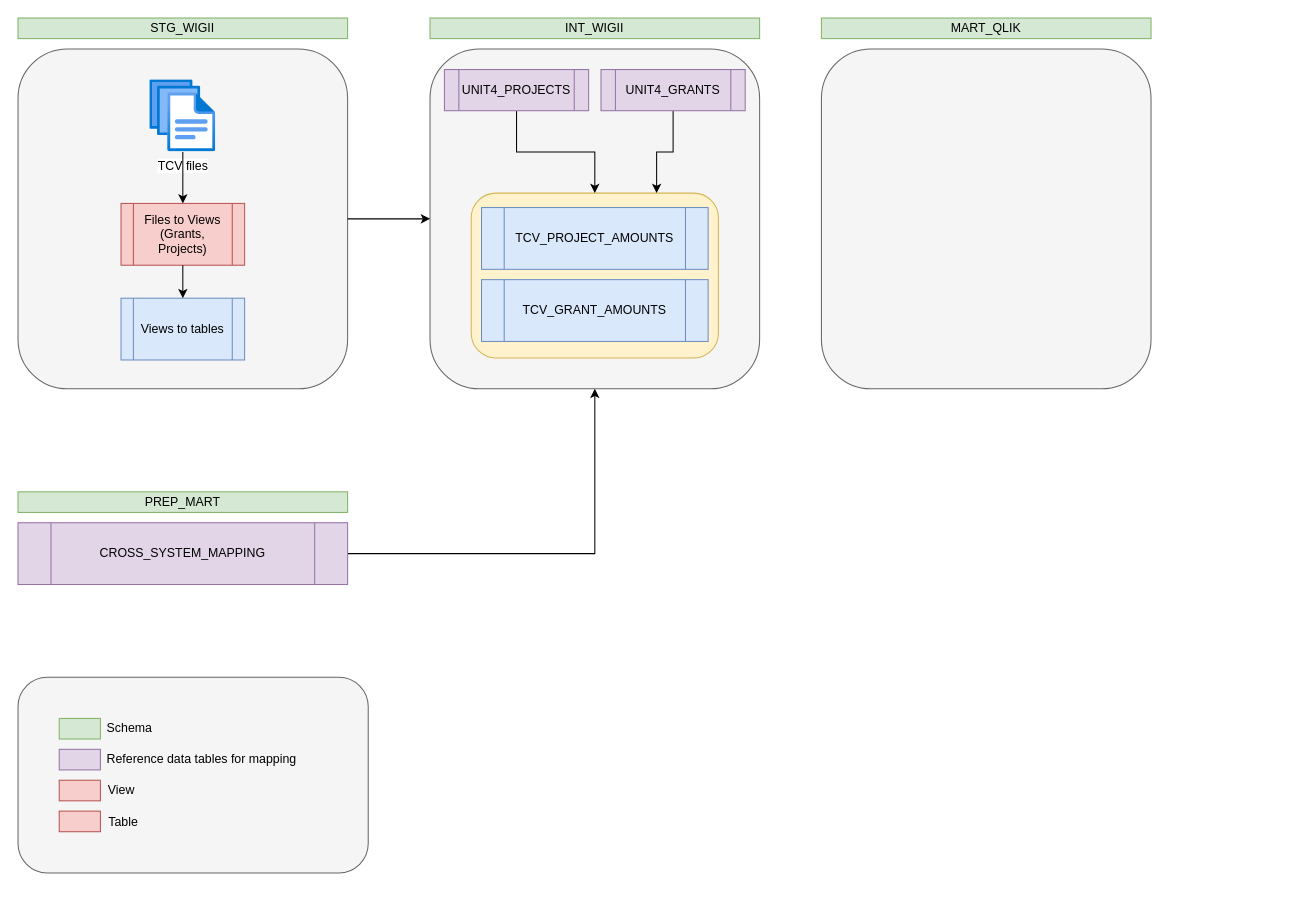
This is Wigii TCVs data flow.drawio from Medair/drawio, a draw.io file, before an edit. Source tidied: cells renumbered, new cells numbered last; positions are measured from the earlier drawing's top-left corner, leaving out a move shared by most shapes. Both pictures are drawn from the tidied source at 103%, with x=0, y=0 at pixel (18, 18).
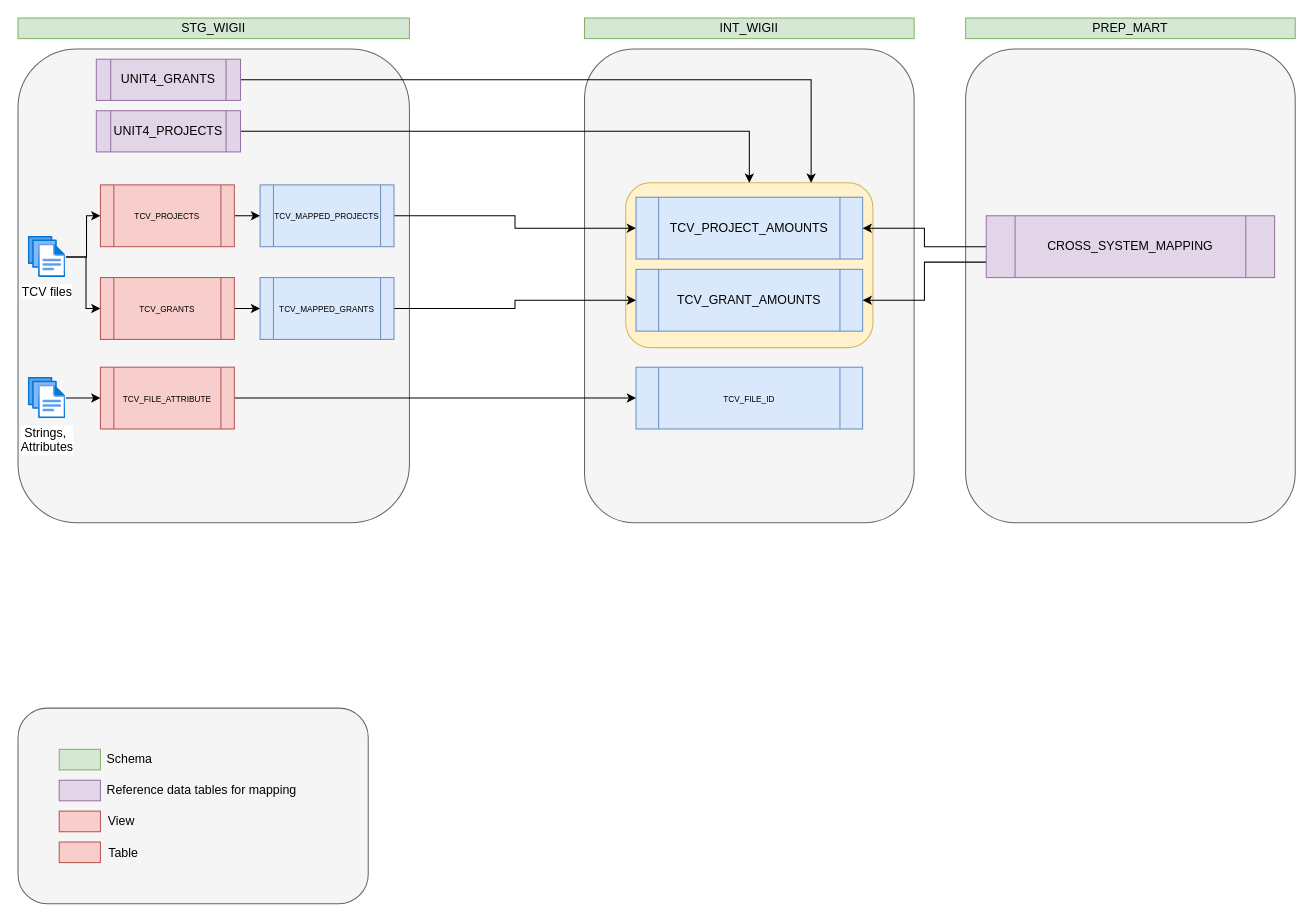
The same diagram, later.

Change to the diagram source:
```diff
@@
+    <mxCell id="35" style="rounded=1;whiteSpace=wrap;html=1;fillColor=#f5f5f5;fontColor=#333333;strokeColor=#666666;fontSize=11;" parent="1" vertex="1">
+      <mxGeometry x="920" y="30" width="320" height="460" as="geometry" />
+    </mxCell>
+    <mxCell id="6" style="rounded=1;whiteSpace=wrap;html=1;fillColor=#f5f5f5;fontColor=#333333;strokeColor=#666666;fontSize=12;" parent="1" vertex="1">
+      <mxGeometry y="30" width="380" height="460" as="geometry" />
+    </mxCell>
     <mxCell id="2" style="rounded=1;whiteSpace=wrap;html=1;fillColor=#f5f5f5;fontColor=#333333;strokeColor=#666666;fontSize=11;" parent="1" vertex="1">
-      <mxGeometry x="400" y="30" width="320" height="330" as="geometry" />
+      <mxGeometry x="550" y="30" width="320" height="460" as="geometry" />
     </mxCell>
     <mxCell id="3" style="rounded=1;whiteSpace=wrap;html=1;fontSize=12;fillColor=#fff2cc;strokeColor=#d6b656;" parent="1" vertex="1">
-      <mxGeometry x="440" y="170" width="240" height="160" as="geometry" />
+      <mxGeometry x="590" y="160" width="240" height="160" as="geometry" />
     </mxCell>
-    <mxCell id="4" style="group;" parent="1" vertex="1">
-      <mxGeometry width="320" height="360" as="geometry" />
-    </mxCell>
-    <mxCell id="5" value="STG_WIGII" style="rounded=0;whiteSpace=wrap;html=1;fillColor=#d5e8d4;strokeColor=#82b366;" parent="4" vertex="1">
-      <mxGeometry width="320" height="20" as="geometry" />
-    </mxCell>
-    <mxCell id="6" style="rounded=1;whiteSpace=wrap;html=1;fillColor=#f5f5f5;fontColor=#333333;strokeColor=#666666;" parent="4" vertex="1">
-      <mxGeometry y="30" width="320" height="330" as="geometry" />
-    </mxCell>
-    <mxCell id="7" style="edgeStyle=orthogonalEdgeStyle;rounded=0;jettySize=auto;html=1;entryX=0;entryY=0.5;entryDx=0;entryDy=0;" parent="1" edge="1" source="6" target="2">
-      <mxGeometry relative="1" as="geometry" />
-    </mxCell>
+    <mxCell id="36" style="edgeStyle=orthogonalEdgeStyle;rounded=0;jettySize=auto;html=1;entryX=0;entryY=0.5;entryDx=0;entryDy=0;" parent="1" edge="1" source="8" target="39">
+      <mxGeometry relative="1" as="geometry" />
+    </mxCell>
+    <mxCell id="10" style="edgeStyle=orthogonalEdgeStyle;rounded=0;jettySize=auto;html=1;entryX=0;entryY=0.5;entryDx=0;entryDy=0;" parent="1" edge="1" source="8" target="9">
+      <mxGeometry relative="1" as="geometry">
+        <Array as="points">
+          <mxPoint x="66" y="232" />
+          <mxPoint x="66" y="282" />
+        </Array>
+      </mxGeometry>
+    </mxCell>
     <mxCell id="8" value="TCV files" style="image;html=1;points=[];align=center;fontSize=12;image=img/lib/azure2/general/Files.svg;" parent="1" vertex="1">
-      <mxGeometry x="128" y="60" width="64" height="70" as="geometry" />
+      <mxGeometry x="10" y="212" width="36.5" height="40" as="geometry" />
     </mxCell>
-    <mxCell id="9" value="Files to Views&lt;br&gt;(Grants, Projects)" style="shape=process;whiteSpace=wrap;html=1;backgroundOutline=1;fillColor=#f8cecc;strokeColor=#b85450;" parent="1" vertex="1">
-      <mxGeometry x="100" y="180" width="120" height="60" as="geometry" />
-    </mxCell>
-    <mxCell id="10" style="edgeStyle=orthogonalEdgeStyle;rounded=0;jettySize=auto;html=1;" parent="1" edge="1" source="8" target="9">
-      <mxGeometry relative="1" as="geometry" />
-    </mxCell>
-    <mxCell id="11" value="Views to tables" style="shape=process;whiteSpace=wrap;html=1;backgroundOutline=1;fillColor=#dae8fc;strokeColor=#6c8ebf;" parent="1" vertex="1">
-      <mxGeometry x="100" y="272" width="120" height="60" as="geometry" />
-    </mxCell>
-    <mxCell id="12" style="edgeStyle=orthogonalEdgeStyle;rounded=0;jettySize=auto;html=1;exitX=0.5;exitY=1;exitDx=0;exitDy=0;entryX=0.5;entryY=0;entryDx=0;entryDy=0;" parent="1" edge="1" source="9" target="11">
-      <mxGeometry relative="1" as="geometry" />
-    </mxCell>
     <mxCell id="13" value="INT_WIGII" style="rounded=0;whiteSpace=wrap;html=1;fillColor=#d5e8d4;strokeColor=#82b366;" parent="1" vertex="1">
-      <mxGeometry x="400" width="320" height="20" as="geometry" />
+      <mxGeometry x="550" width="320" height="20" as="geometry" />
     </mxCell>
     <mxCell id="14" value="TCV_PROJECT_AMOUNTS" style="shape=process;whiteSpace=wrap;html=1;backgroundOutline=1;fillColor=#dae8fc;strokeColor=#6c8ebf;" parent="1" vertex="1">
-      <mxGeometry x="450" y="184" width="220" height="60" as="geometry" />
+      <mxGeometry x="600" y="174" width="220" height="60" as="geometry" />
     </mxCell>
-    <mxCell id="15" value="PREP_MART" style="rounded=0;whiteSpace=wrap;html=1;fillColor=#d5e8d4;strokeColor=#82b366;" parent="1" vertex="1">
-      <mxGeometry y="460" width="320" height="20" as="geometry" />
-    </mxCell>
-    <mxCell id="16" style="edgeStyle=orthogonalEdgeStyle;rounded=0;jettySize=auto;html=1;entryX=0.5;entryY=1;entryDx=0;entryDy=0;" parent="1" edge="1" source="17" target="2">
-      <mxGeometry relative="1" as="geometry" />
-    </mxCell>
-    <mxCell id="17" value="CROSS_SYSTEM_MAPPING" style="shape=process;whiteSpace=wrap;html=1;backgroundOutline=1;fillColor=#e1d5e7;strokeColor=#9673a6;" parent="1" vertex="1">
-      <mxGeometry y="490" width="320" height="60" as="geometry" />
-    </mxCell>
     <mxCell id="18" value="TCV_GRANT_AMOUNTS" style="shape=process;whiteSpace=wrap;html=1;backgroundOutline=1;fillColor=#dae8fc;strokeColor=#6c8ebf;" parent="1" vertex="1">
-      <mxGeometry x="450" y="254" width="220" height="60" as="geometry" />
+      <mxGeometry x="600" y="244" width="220" height="60" as="geometry" />
     </mxCell>
@@
     <mxCell id="20" value="UNIT4_PROJECTS" style="shape=process;whiteSpace=wrap;html=1;backgroundOutline=1;fillColor=#e1d5e7;strokeColor=#9673a6;" parent="1" vertex="1">
-      <mxGeometry x="414" y="50" width="140" height="40" as="geometry" />
+      <mxGeometry x="76" y="90" width="140" height="40" as="geometry" />
     </mxCell>
     <mxCell id="21" style="group;" parent="1" vertex="1">
-      <mxGeometry y="640" width="340" height="190" as="geometry" />
+      <mxGeometry y="670" width="340" height="190" as="geometry" />
     </mxCell>
@@
     <mxCell id="32" value="UNIT4_GRANTS" style="shape=process;whiteSpace=wrap;html=1;backgroundOutline=1;fillColor=#e1d5e7;strokeColor=#9673a6;" parent="1" vertex="1">
-      <mxGeometry x="566" y="50" width="140" height="40" as="geometry" />
+      <mxGeometry x="76" y="40" width="140" height="40" as="geometry" />
     </mxCell>
-    <mxCell id="33" style="rounded=1;whiteSpace=wrap;html=1;fillColor=#f5f5f5;fontColor=#333333;strokeColor=#666666;fontSize=11;" parent="1" vertex="1">
-      <mxGeometry x="780" y="30" width="320" height="330" as="geometry" />
-    </mxCell>
-    <mxCell id="34" value="MART_QLIK" style="rounded=0;whiteSpace=wrap;html=1;fillColor=#d5e8d4;strokeColor=#82b366;" parent="1" vertex="1">
-      <mxGeometry x="780" width="320" height="20" as="geometry" />
-    </mxCell>
+    <mxCell id="5" value="STG_WIGII" style="rounded=0;whiteSpace=wrap;html=1;fillColor=#d5e8d4;strokeColor=#82b366;" parent="1" vertex="1">
+      <mxGeometry width="380" height="20" as="geometry" />
+    </mxCell>
+    <mxCell id="12" style="edgeStyle=orthogonalEdgeStyle;rounded=0;jettySize=auto;html=1;entryX=0;entryY=0.5;entryDx=0;entryDy=0;" parent="1" edge="1" source="9" target="11">
+      <mxGeometry relative="1" as="geometry" />
+    </mxCell>
+    <mxCell id="9" value="&lt;font style=&quot;font-size: 8px;&quot;&gt;TCV_GRANTS&lt;/font&gt;" style="shape=process;whiteSpace=wrap;html=1;backgroundOutline=1;fillColor=#f8cecc;strokeColor=#b85450;" parent="1" vertex="1">
+      <mxGeometry x="80" y="252" width="130" height="60" as="geometry" />
+    </mxCell>
+    <mxCell id="37" style="edgeStyle=orthogonalEdgeStyle;rounded=0;jettySize=auto;html=1;entryX=0;entryY=0.5;entryDx=0;entryDy=0;" parent="1" edge="1" source="11" target="18">
+      <mxGeometry relative="1" as="geometry" />
+    </mxCell>
+    <mxCell id="11" value="&lt;font style=&quot;font-size: 8px;&quot;&gt;TCV_MAPPED_GRANTS&lt;/font&gt;" style="shape=process;whiteSpace=wrap;html=1;backgroundOutline=1;fillColor=#dae8fc;strokeColor=#6c8ebf;" parent="1" vertex="1">
+      <mxGeometry x="235" y="252" width="130" height="60" as="geometry" />
+    </mxCell>
+    <mxCell id="38" style="edgeStyle=orthogonalEdgeStyle;rounded=0;jettySize=auto;html=1;entryX=0;entryY=0.5;entryDx=0;entryDy=0;" parent="1" edge="1" source="39" target="41">
+      <mxGeometry relative="1" as="geometry" />
+    </mxCell>
+    <mxCell id="39" value="&lt;font style=&quot;font-size: 8px;&quot;&gt;TCV_PROJECTS&lt;/font&gt;" style="shape=process;whiteSpace=wrap;html=1;backgroundOutline=1;fillColor=#f8cecc;strokeColor=#b85450;" parent="1" vertex="1">
+      <mxGeometry x="80" y="162" width="130" height="60" as="geometry" />
+    </mxCell>
+    <mxCell id="40" style="edgeStyle=orthogonalEdgeStyle;rounded=0;jettySize=auto;html=1;entryX=0;entryY=0.5;entryDx=0;entryDy=0;" parent="1" edge="1" source="41" target="14">
+      <mxGeometry relative="1" as="geometry" />
+    </mxCell>
+    <mxCell id="41" value="&lt;font style=&quot;font-size: 8px;&quot;&gt;TCV_MAPPED_PROJECTS&lt;/font&gt;" style="shape=process;whiteSpace=wrap;html=1;backgroundOutline=1;fillColor=#dae8fc;strokeColor=#6c8ebf;" parent="1" vertex="1">
+      <mxGeometry x="235" y="162" width="130" height="60" as="geometry" />
+    </mxCell>
+    <mxCell id="15" value="PREP_MART" style="rounded=0;whiteSpace=wrap;html=1;fillColor=#d5e8d4;strokeColor=#82b366;" parent="1" vertex="1">
+      <mxGeometry x="920" width="320" height="20" as="geometry" />
+    </mxCell>
+    <mxCell id="42" style="edgeStyle=orthogonalEdgeStyle;rounded=0;jettySize=auto;html=1;exitX=0;exitY=0.5;exitDx=0;exitDy=0;" parent="1" edge="1" source="17" target="14">
+      <mxGeometry relative="1" as="geometry" />
+    </mxCell>
+    <mxCell id="43" style="edgeStyle=orthogonalEdgeStyle;rounded=0;jettySize=auto;html=1;exitX=0;exitY=0.75;exitDx=0;exitDy=0;entryX=1;entryY=0.5;entryDx=0;entryDy=0;" parent="1" edge="1" source="17" target="18">
+      <mxGeometry relative="1" as="geometry" />
+    </mxCell>
+    <mxCell id="17" value="CROSS_SYSTEM_MAPPING" style="shape=process;whiteSpace=wrap;html=1;backgroundOutline=1;fillColor=#e1d5e7;strokeColor=#9673a6;" parent="1" vertex="1">
+      <mxGeometry x="940" y="192" width="280" height="60" as="geometry" />
+    </mxCell>
+    <mxCell id="44" style="edgeStyle=orthogonalEdgeStyle;rounded=0;jettySize=auto;html=1;entryX=0;entryY=0.5;entryDx=0;entryDy=0;" parent="1" edge="1" source="45" target="47">
+      <mxGeometry relative="1" as="geometry" />
+    </mxCell>
+    <mxCell id="45" value="Strings,&amp;nbsp;&lt;div&gt;Attributes&lt;/div&gt;" style="image;html=1;points=[];align=center;fontSize=12;image=img/lib/azure2/general/Files.svg;" parent="1" vertex="1">
+      <mxGeometry x="10" y="349" width="36.5" height="40" as="geometry" />
+    </mxCell>
+    <mxCell id="46" style="edgeStyle=orthogonalEdgeStyle;rounded=0;jettySize=auto;html=1;entryX=0;entryY=0.5;entryDx=0;entryDy=0;" parent="1" edge="1" source="47" target="48">
+      <mxGeometry relative="1" as="geometry" />
+    </mxCell>
+    <mxCell id="47" value="&lt;font style=&quot;font-size: 8px;&quot;&gt;TCV_FILE_ATTRIBUTE&lt;/font&gt;" style="shape=process;whiteSpace=wrap;html=1;backgroundOutline=1;fillColor=#f8cecc;strokeColor=#b85450;" parent="1" vertex="1">
+      <mxGeometry x="80" y="339" width="130" height="60" as="geometry" />
+    </mxCell>
+    <mxCell id="48" value="&lt;font style=&quot;font-size: 8px;&quot;&gt;TCV_FILE_ID&lt;/font&gt;" style="shape=process;whiteSpace=wrap;html=1;backgroundOutline=1;fillColor=#dae8fc;strokeColor=#6c8ebf;" parent="1" vertex="1">
+      <mxGeometry x="600" y="339" width="220" height="60" as="geometry" />
+    </mxCell>
```
